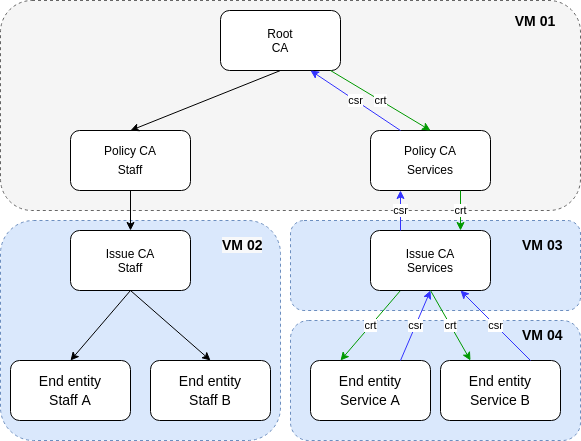
The draw.io diagram docs/pki-tree.png in OlafRadicke/play_pki_ca_with_ansible, before a commit. Source tidied: cells renumbered, new cells last; positions are measured from the earlier drawing's top-left corner, leaving out a move shared by most shapes.
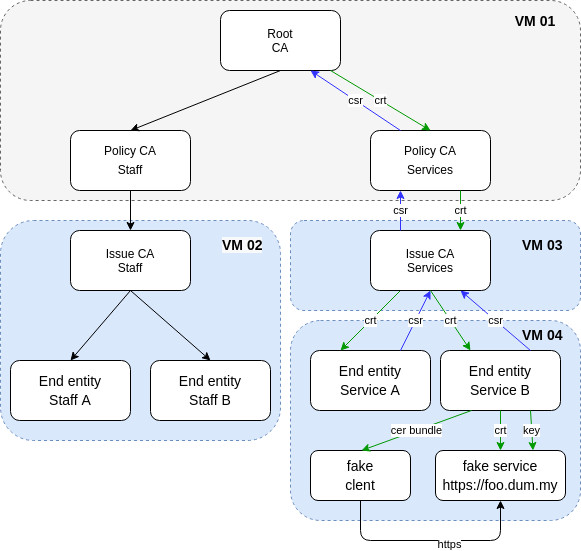
Later version of the same file.

The edit, as a diff of the source:
```diff
@@ -3,7 +3,7 @@
     <mxCell id="0" />
     <mxCell id="1" parent="0" />
     <mxCell id="2" style="rounded=1;whiteSpace=wrap;html=1;dashed=1;fillColor=#dae8fc;strokeColor=#6c8ebf;" parent="1" vertex="1">
-      <mxGeometry x="290" y="320" width="290" height="120" as="geometry" />
+      <mxGeometry x="290" y="320" width="290" height="200" as="geometry" />
     </mxCell>
     <mxCell id="3" style="rounded=1;whiteSpace=wrap;html=1;dashed=1;fillColor=#dae8fc;strokeColor=#6c8ebf;" parent="1" vertex="1">
       <mxGeometry y="220" width="280" height="220" as="geometry" />
@@ -12,7 +12,7 @@
       <mxGeometry x="290" y="220" width="290" height="90" as="geometry" />
     </mxCell>
     <mxCell id="5" style="rounded=1;whiteSpace=wrap;html=1;dashed=1;fillColor=#f5f5f5;strokeColor=#666666;fontColor=#333333;" parent="1" vertex="1">
-      <mxGeometry width="580" height="210" as="geometry" />
+      <mxGeometry width="580" height="200" as="geometry" />
     </mxCell>
     <mxCell id="6" value="Root&lt;br&gt;CA" style="rounded=1;whiteSpace=wrap;html=1;" parent="1" vertex="1">
       <mxGeometry x="220" y="10" width="120" height="60" as="geometry" />
@@ -33,10 +33,10 @@
       <mxGeometry x="150" y="360" width="120" height="60" as="geometry" />
     </mxCell>
     <mxCell id="12" value="&lt;div style=&quot;font-size: 14px ; line-height: 19px&quot;&gt;&lt;span style=&quot;background-color: rgb(255 , 255 , 255)&quot;&gt;End entity&lt;br&gt;Service A&lt;/span&gt;&lt;/div&gt;" style="rounded=1;whiteSpace=wrap;html=1;" parent="1" vertex="1">
-      <mxGeometry x="310" y="360" width="120" height="60" as="geometry" />
+      <mxGeometry x="310" y="350" width="120" height="60" as="geometry" />
     </mxCell>
     <mxCell id="13" value="&lt;div style=&quot;font-size: 14px ; line-height: 19px&quot;&gt;&lt;span style=&quot;background-color: rgb(255 , 255 , 255)&quot;&gt;End entity&lt;br&gt;Service B&lt;/span&gt;&lt;/div&gt;" style="rounded=1;whiteSpace=wrap;html=1;" parent="1" vertex="1">
-      <mxGeometry x="440" y="360" width="120" height="60" as="geometry" />
+      <mxGeometry x="440" y="350" width="120" height="60" as="geometry" />
     </mxCell>
     <mxCell id="14" style="endArrow=classic;html=1;entryX=0.5;entryY=0;entryDx=0;entryDy=0;exitX=0.5;exitY=1;exitDx=0;exitDy=0;" parent="1" edge="1" source="18" target="11">
       <mxGeometry relative="1" as="geometry" />
@@ -91,5 +91,33 @@
     <mxCell id="30" value="crt" style="endArrow=classic;html=1;entryX=0.5;entryY=0;entryDx=0;entryDy=0;strokeColor=#009900;" parent="1" edge="1" source="6" target="8">
       <mxGeometry relative="1" as="geometry" />
     </mxCell>
+    <mxCell id="31" value="&lt;div style=&quot;font-size: 14px ; line-height: 19px&quot;&gt;&lt;span style=&quot;background-color: rgb(255 , 255 , 255)&quot;&gt;fake service&lt;/span&gt;&lt;/div&gt;&lt;div style=&quot;font-size: 14px ; line-height: 19px&quot;&gt;&lt;span style=&quot;background-color: rgb(255 , 255 , 255)&quot;&gt;https://foo.dum.my&lt;/span&gt;&lt;/div&gt;" style="rounded=1;whiteSpace=wrap;html=1;" parent="1" vertex="1">
+      <mxGeometry x="435" y="450" width="130" height="50" as="geometry" />
+    </mxCell>
+    <mxCell id="32" value="&lt;div style=&quot;font-size: 14px ; line-height: 19px&quot;&gt;&lt;span style=&quot;background-color: rgb(255 , 255 , 255)&quot;&gt;fake&lt;/span&gt;&lt;/div&gt;&lt;div style=&quot;font-size: 14px ; line-height: 19px&quot;&gt;&lt;span style=&quot;background-color: rgb(255 , 255 , 255)&quot;&gt;clent&lt;/span&gt;&lt;/div&gt;" style="rounded=1;whiteSpace=wrap;html=1;" parent="1" vertex="1">
+      <mxGeometry x="310" y="450" width="100" height="50" as="geometry" />
+    </mxCell>
+    <mxCell id="33" value="crt" style="endArrow=classic;html=1;entryX=0.5;entryY=0;entryDx=0;entryDy=0;exitX=0.5;exitY=1;exitDx=0;exitDy=0;strokeColor=#009900;" parent="1" edge="1" source="13" target="31">
+      <mxGeometry relative="1" as="geometry" />
+    </mxCell>
+    <mxCell id="34" style="edgeStyle=elbowEdgeStyle;elbow=vertical;endArrow=classic;html=1;exitX=0.5;exitY=1;exitDx=0;exitDy=0;entryX=0.5;entryY=1;entryDx=0;entryDy=0;" parent="1" edge="1" source="32" target="31">
+      <mxGeometry relative="1" as="geometry">
+        <Array as="points">
+          <mxPoint x="430" y="540" />
+        </Array>
+      </mxGeometry>
+    </mxCell>
+    <mxCell id="35" value="https" style="edgeLabel;html=1;align=center;verticalAlign=middle;" parent="34" vertex="1">
+      <mxGeometry x="0.16" y="-3" relative="1" as="geometry" />
+    </mxCell>
+    <mxCell id="36" value="cer bundle" style="endArrow=classic;html=1;entryX=0.5;entryY=0;entryDx=0;entryDy=0;exitX=0.25;exitY=1;exitDx=0;exitDy=0;strokeColor=#009900;" parent="1" edge="1">
+      <mxGeometry relative="1" as="geometry">
+        <mxPoint x="471" y="410" as="sourcePoint" />
+        <mxPoint x="361" y="450" as="targetPoint" />
+      </mxGeometry>
+    </mxCell>
+    <mxCell id="37" value="key" style="endArrow=classic;html=1;exitX=0.75;exitY=1;exitDx=0;exitDy=0;strokeColor=#009900;entryX=0.75;entryY=0;entryDx=0;entryDy=0;" parent="1" edge="1" source="13" target="31">
+      <mxGeometry relative="1" as="geometry" />
+    </mxCell>
   </root>
 </mxGraphModel>
```
